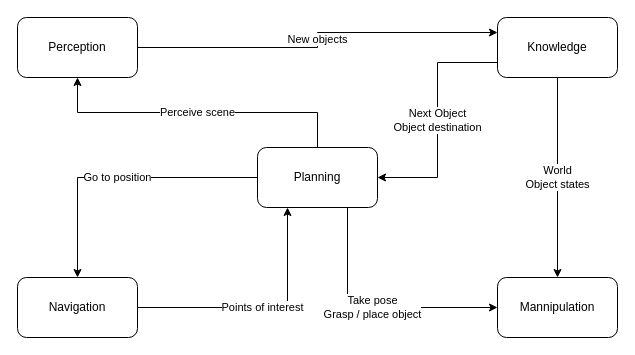
This is diagramms/Overview.drawio from SUTURO/suturo_resources, a draw.io file, before an edit. Source tidied: cells renumbered, new cells numbered last; positions are measured from the earlier drawing's top-left corner, leaving out a move shared by most shapes. Both pictures are drawn from the tidied source at 100%, with x=0, y=0 at pixel (17, 17).
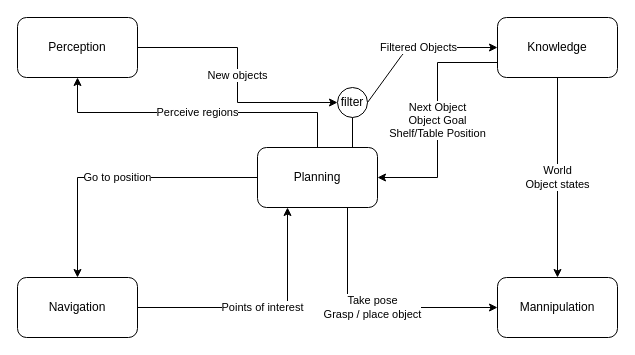
The same diagram, later.

Commit message:
added some stuff in the overview diagramm

The edit, as a diff of the source:
```diff
@@
 <mxGraphModel>
   <root>
     <mxCell id="0" />
     <mxCell id="1" parent="0" />
     <mxCell id="2" value="Go to position" style="edgeStyle=orthogonalEdgeStyle;rounded=0;jettySize=auto;html=1;exitX=0;exitY=0.5;exitDx=0;exitDy=0;entryX=0.5;entryY=0;entryDx=0;entryDy=0;" parent="1" edge="1" source="5" target="12">
       <mxGeometry relative="1" as="geometry" />
     </mxCell>
     <mxCell id="3" value="&lt;div&gt;Take pose&lt;br&gt;&lt;/div&gt;&lt;div&gt;Grasp / place object&lt;/div&gt;" style="edgeStyle=orthogonalEdgeStyle;rounded=0;jettySize=auto;html=1;exitX=0.75;exitY=1;exitDx=0;exitDy=0;entryX=0;entryY=0.5;entryDx=0;entryDy=0;" parent="1" edge="1" source="5" target="13">
       <mxGeometry relative="1" as="geometry" />
     </mxCell>
-    <mxCell id="4" value="Perceive scene" style="edgeStyle=orthogonalEdgeStyle;rounded=0;jettySize=auto;html=1;exitX=0.5;exitY=0;exitDx=0;exitDy=0;entryX=0.5;entryY=1;entryDx=0;entryDy=0;" parent="1" edge="1" source="5" target="7">
+    <mxCell id="4" value="Perceive regions" style="edgeStyle=orthogonalEdgeStyle;rounded=0;jettySize=auto;html=1;exitX=0.5;exitY=0;exitDx=0;exitDy=0;entryX=0.5;entryY=1;entryDx=0;entryDy=0;" parent="1" edge="1" source="5" target="7">
       <mxGeometry relative="1" as="geometry" />
     </mxCell>
     <mxCell id="5" value="Planning" style="rounded=1;whiteSpace=wrap;html=1;" parent="1" vertex="1">
       <mxGeometry x="240" y="130" width="120" height="60" as="geometry" />
     </mxCell>
-    <mxCell id="6" value="New objects" style="edgeStyle=orthogonalEdgeStyle;rounded=0;jettySize=auto;html=1;exitX=1;exitY=0.5;exitDx=0;exitDy=0;entryX=0;entryY=0.25;entryDx=0;entryDy=0;" parent="1" edge="1" source="7" target="10">
+    <mxCell id="6" value="New objects" style="edgeStyle=orthogonalEdgeStyle;rounded=0;jettySize=auto;html=1;exitX=1;exitY=0.5;exitDx=0;exitDy=0;entryX=0;entryY=0.5;entryDx=0;entryDy=0;" parent="1" edge="1" source="7" target="14">
       <mxGeometry relative="1" as="geometry" />
     </mxCell>
     <mxCell id="7" value="Perception" style="rounded=1;whiteSpace=wrap;html=1;" parent="1" vertex="1">
       <mxGeometry width="120" height="60" as="geometry" />
     </mxCell>
     <mxCell id="8" value="&lt;div&gt;World&lt;br&gt;&lt;/div&gt;&lt;div&gt;Object states&lt;/div&gt;" style="edgeStyle=orthogonalEdgeStyle;rounded=0;jettySize=auto;html=1;exitX=0.5;exitY=1;exitDx=0;exitDy=0;entryX=0.5;entryY=0;entryDx=0;entryDy=0;" parent="1" edge="1" source="10" target="13">
       <mxGeometry relative="1" as="geometry" />
     </mxCell>
-    <mxCell id="9" value="&lt;div&gt;Next Object&lt;/div&gt;&lt;div&gt;Object destination&lt;br&gt;&lt;/div&gt;" style="edgeStyle=orthogonalEdgeStyle;rounded=0;jettySize=auto;html=1;exitX=0;exitY=0.75;exitDx=0;exitDy=0;entryX=1;entryY=0.5;entryDx=0;entryDy=0;" parent="1" edge="1" source="10" target="5">
+    <mxCell id="9" value="&lt;div&gt;Next Object&lt;/div&gt;&lt;div&gt;Object Goal&lt;br&gt;&lt;/div&gt;&lt;div&gt;Shelf/Table Position&lt;/div&gt;" style="edgeStyle=orthogonalEdgeStyle;rounded=0;jettySize=auto;html=1;exitX=0;exitY=0.75;exitDx=0;exitDy=0;entryX=1;entryY=0.5;entryDx=0;entryDy=0;" parent="1" edge="1" source="10" target="5">
       <mxGeometry relative="1" as="geometry" />
     </mxCell>
     <mxCell id="10" value="Knowledge" style="rounded=1;whiteSpace=wrap;html=1;" parent="1" vertex="1">
       <mxGeometry x="480" width="120" height="60" as="geometry" />
     </mxCell>
     <mxCell id="11" value="Points of interest" style="edgeStyle=orthogonalEdgeStyle;rounded=0;jettySize=auto;html=1;exitX=1;exitY=0.5;exitDx=0;exitDy=0;entryX=0.25;entryY=1;entryDx=0;entryDy=0;" parent="1" edge="1" source="12" target="5">
       <mxGeometry relative="1" as="geometry" />
     </mxCell>
     <mxCell id="12" value="Navigation" style="rounded=1;whiteSpace=wrap;html=1;" parent="1" vertex="1">
       <mxGeometry y="260" width="120" height="60" as="geometry" />
     </mxCell>
     <mxCell id="13" value="Mannipulation" style="rounded=1;whiteSpace=wrap;html=1;" parent="1" vertex="1">
       <mxGeometry x="480" y="260" width="120" height="60" as="geometry" />
     </mxCell>
+    <mxCell id="14" value="filter" style="ellipse;whiteSpace=wrap;html=1;" parent="1" vertex="1">
+      <mxGeometry x="320" y="70" width="30" height="30" as="geometry" />
+    </mxCell>
+    <mxCell id="15" style="endArrow=none;html=1;entryX=0.5;entryY=1;entryDx=0;entryDy=0;" parent="1" edge="1" target="14">
+      <mxGeometry relative="1" as="geometry">
+        <mxPoint x="335" y="130" as="sourcePoint" />
+      </mxGeometry>
+    </mxCell>
+    <mxCell id="16" value="Filtered Objects" style="endArrow=classic;html=1;exitX=1;exitY=0.5;exitDx=0;exitDy=0;entryX=0;entryY=0.5;entryDx=0;entryDy=0;" parent="1" edge="1" source="14" target="10">
+      <mxGeometry relative="1" as="geometry">
+        <Array as="points">
+          <mxPoint x="390" y="30" />
+        </Array>
+      </mxGeometry>
+    </mxCell>
   </root>
 </mxGraphModel>
```
